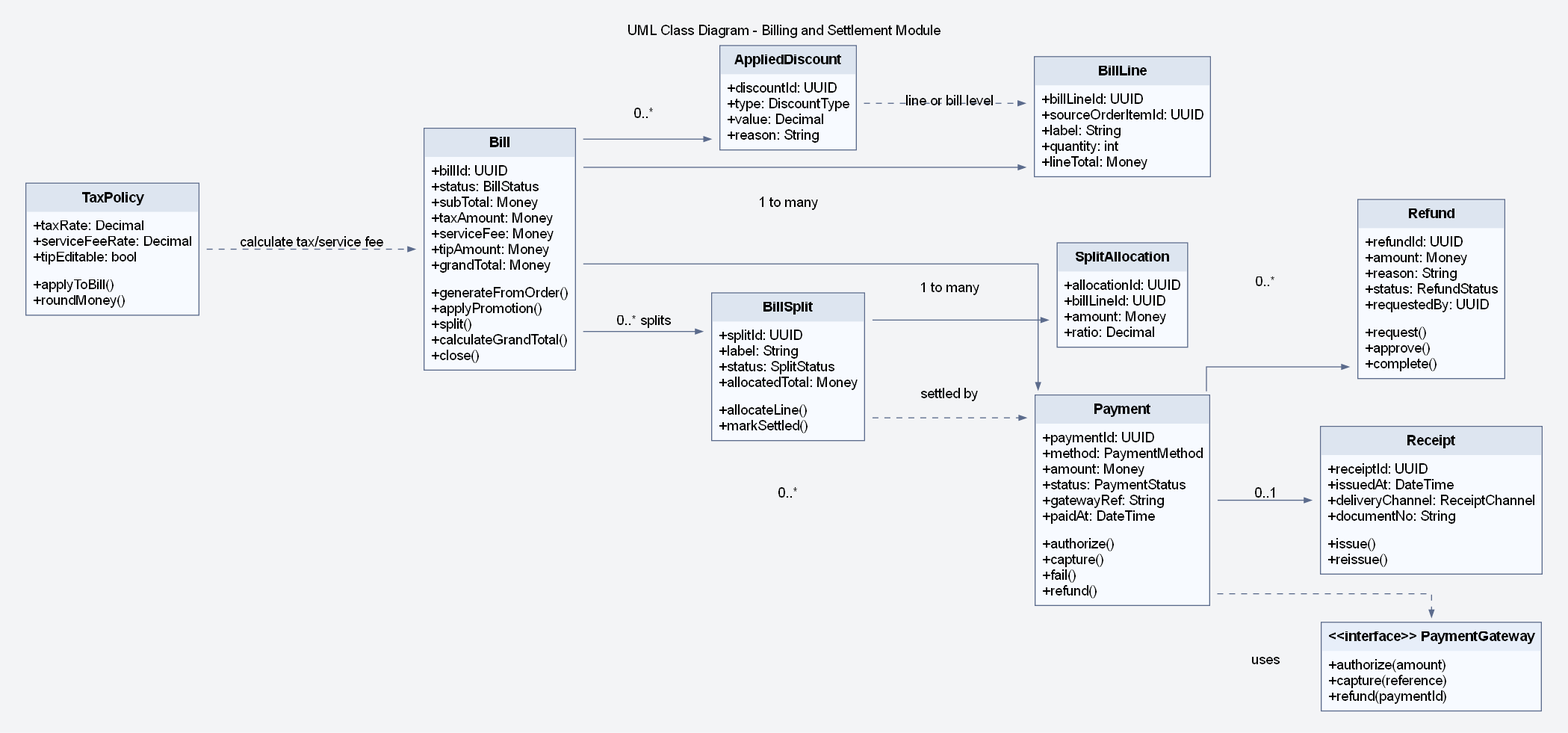
Before: assets/diagrams/rendered/design/29_uml_class_diagram_billing_and_settlement_module.png, a diagram exported from Graphviz (lehoangluan1/SA_IRMS). Its source is kept beside it as assets/diagrams/source/design/29_uml_class_diagram_billing_and_settlement_module.dot. Source of this version:
```dot
digraph G {

graph [bgcolor="#F3F4F6", pad="0.25", nodesep="0.55", ranksep="0.9", splines=ortho, fontname="Helvetica"];
node [fontname="Helvetica", shape=plaintext];
edge [fontname="Helvetica", color="#5B6B8C", penwidth=1.0, arrowsize=0.7];

labelloc="t";
label="UML Class Diagram - Billing and Settlement Module";
rankdir=LR;
Bill [label=<
<TABLE BORDER="1" CELLBORDER="0" CELLSPACING="0" CELLPADDING="6" COLOR="#5B6B8C" BGCOLOR="#F7FAFF">
<TR><TD BGCOLOR="#DDE5F0"><B>Bill</B></TD></TR>
<TR><TD ALIGN="LEFT" BALIGN="LEFT">+billId: UUID<BR ALIGN='LEFT'/>+status: BillStatus<BR ALIGN='LEFT'/>+subTotal: Money<BR ALIGN='LEFT'/>+taxAmount: Money<BR ALIGN='LEFT'/>+serviceFee: Money<BR ALIGN='LEFT'/>+tipAmount: Money<BR ALIGN='LEFT'/>+grandTotal: Money</TD></TR>
<TR><TD ALIGN="LEFT" BALIGN="LEFT">+generateFromOrder()<BR ALIGN='LEFT'/>+applyPromotion()<BR ALIGN='LEFT'/>+split()<BR ALIGN='LEFT'/>+calculateGrandTotal()<BR ALIGN='LEFT'/>+close()</TD></TR>
</TABLE>
>];
BillLine [label=<
<TABLE BORDER="1" CELLBORDER="0" CELLSPACING="0" CELLPADDING="6" COLOR="#5B6B8C" BGCOLOR="#F7FAFF">
<TR><TD BGCOLOR="#DDE5F0"><B>BillLine</B></TD></TR>
<TR><TD ALIGN="LEFT" BALIGN="LEFT">+billLineId: UUID<BR ALIGN='LEFT'/>+sourceOrderItemId: UUID<BR ALIGN='LEFT'/>+label: String<BR ALIGN='LEFT'/>+quantity: int<BR ALIGN='LEFT'/>+lineTotal: Money</TD></TR>

</TABLE>
>];
BillSplit [label=<
<TABLE BORDER="1" CELLBORDER="0" CELLSPACING="0" CELLPADDING="6" COLOR="#5B6B8C" BGCOLOR="#F7FAFF">
<TR><TD BGCOLOR="#DDE5F0"><B>BillSplit</B></TD></TR>
<TR><TD ALIGN="LEFT" BALIGN="LEFT">+splitId: UUID<BR ALIGN='LEFT'/>+label: String<BR ALIGN='LEFT'/>+status: SplitStatus<BR ALIGN='LEFT'/>+allocatedTotal: Money</TD></TR>
<TR><TD ALIGN="LEFT" BALIGN="LEFT">+allocateLine()<BR ALIGN='LEFT'/>+markSettled()</TD></TR>
</TABLE>
>];
SplitAllocation [label=<
<TABLE BORDER="1" CELLBORDER="0" CELLSPACING="0" CELLPADDING="6" COLOR="#5B6B8C" BGCOLOR="#F7FAFF">
<TR><TD BGCOLOR="#DDE5F0"><B>SplitAllocation</B></TD></TR>
<TR><TD ALIGN="LEFT" BALIGN="LEFT">+allocationId: UUID<BR ALIGN='LEFT'/>+billLineId: UUID<BR ALIGN='LEFT'/>+amount: Money<BR ALIGN='LEFT'/>+ratio: Decimal</TD></TR>

</TABLE>
>];
Payment [label=<
<TABLE BORDER="1" CELLBORDER="0" CELLSPACING="0" CELLPADDING="6" COLOR="#5B6B8C" BGCOLOR="#F7FAFF">
<TR><TD BGCOLOR="#DDE5F0"><B>Payment</B></TD></TR>
<TR><TD ALIGN="LEFT" BALIGN="LEFT">+paymentId: UUID<BR ALIGN='LEFT'/>+method: PaymentMethod<BR ALIGN='LEFT'/>+amount: Money<BR ALIGN='LEFT'/>+status: PaymentStatus<BR ALIGN='LEFT'/>+gatewayRef: String<BR ALIGN='LEFT'/>+paidAt: DateTime</TD></TR>
<TR><TD ALIGN="LEFT" BALIGN="LEFT">+authorize()<BR ALIGN='LEFT'/>+capture()<BR ALIGN='LEFT'/>+fail()<BR ALIGN='LEFT'/>+refund()</TD></TR>
</TABLE>
>];
Refund [label=<
<TABLE BORDER="1" CELLBORDER="0" CELLSPACING="0" CELLPADDING="6" COLOR="#5B6B8C" BGCOLOR="#F7FAFF">
<TR><TD BGCOLOR="#DDE5F0"><B>Refund</B></TD></TR>
<TR><TD ALIGN="LEFT" BALIGN="LEFT">+refundId: UUID<BR ALIGN='LEFT'/>+amount: Money<BR ALIGN='LEFT'/>+reason: String<BR ALIGN='LEFT'/>+status: RefundStatus<BR ALIGN='LEFT'/>+requestedBy: UUID</TD></TR>
<TR><TD ALIGN="LEFT" BALIGN="LEFT">+request()<BR ALIGN='LEFT'/>+approve()<BR ALIGN='LEFT'/>+complete()</TD></TR>
</TABLE>
>];
Receipt [label=<
<TABLE BORDER="1" CELLBORDER="0" CELLSPACING="0" CELLPADDING="6" COLOR="#5B6B8C" BGCOLOR="#F7FAFF">
<TR><TD BGCOLOR="#DDE5F0"><B>Receipt</B></TD></TR>
<TR><TD ALIGN="LEFT" BALIGN="LEFT">+receiptId: UUID<BR ALIGN='LEFT'/>+issuedAt: DateTime<BR ALIGN='LEFT'/>+deliveryChannel: ReceiptChannel<BR ALIGN='LEFT'/>+documentNo: String</TD></TR>
<TR><TD ALIGN="LEFT" BALIGN="LEFT">+issue()<BR ALIGN='LEFT'/>+reissue()</TD></TR>
</TABLE>
>];
AppliedDiscount [label=<
<TABLE BORDER="1" CELLBORDER="0" CELLSPACING="0" CELLPADDING="6" COLOR="#5B6B8C" BGCOLOR="#F7FAFF">
<TR><TD BGCOLOR="#DDE5F0"><B>AppliedDiscount</B></TD></TR>
<TR><TD ALIGN="LEFT" BALIGN="LEFT">+discountId: UUID<BR ALIGN='LEFT'/>+type: DiscountType<BR ALIGN='LEFT'/>+value: Decimal<BR ALIGN='LEFT'/>+reason: String</TD></TR>

</TABLE>
>];
TaxPolicy [label=<
<TABLE BORDER="1" CELLBORDER="0" CELLSPACING="0" CELLPADDING="6" COLOR="#5B6B8C" BGCOLOR="#F7FAFF">
<TR><TD BGCOLOR="#DDE5F0"><B>TaxPolicy</B></TD></TR>
<TR><TD ALIGN="LEFT" BALIGN="LEFT">+taxRate: Decimal<BR ALIGN='LEFT'/>+serviceFeeRate: Decimal<BR ALIGN='LEFT'/>+tipEditable: bool</TD></TR>
<TR><TD ALIGN="LEFT" BALIGN="LEFT">+applyToBill()<BR ALIGN='LEFT'/>+roundMoney()</TD></TR>
</TABLE>
>];
PaymentGateway [label=<
<TABLE BORDER="1" CELLBORDER="0" CELLSPACING="0" CELLPADDING="6" COLOR="#5B6B8C" BGCOLOR="#F7FAFF">
<TR><TD BGCOLOR="#E7EEF9"><B>&lt;&lt;interface&gt;&gt; PaymentGateway</B></TD></TR>
<TR><TD ALIGN="LEFT" BALIGN="LEFT">+authorize(amount)<BR ALIGN='LEFT'/>+capture(reference)<BR ALIGN='LEFT'/>+refund(paymentId)</TD></TR>

</TABLE>
>];

Bill -> BillLine [label="1 to many"];
Bill -> BillSplit [label="0..* splits"];
BillSplit -> SplitAllocation [label="1 to many"];
Bill -> AppliedDiscount [label="0..*"];
Bill -> Payment [label="0..*"];
Payment -> Refund [label="0..*"];
Payment -> Receipt [label="0..1"];
TaxPolicy -> Bill [style=dashed, label="calculate tax/service fee"];
AppliedDiscount -> BillLine [style=dashed, label="line or bill level"];
Payment -> PaymentGateway [style=dashed, label="uses"];
BillSplit -> Payment [style=dashed, label="settled by"];
}
```
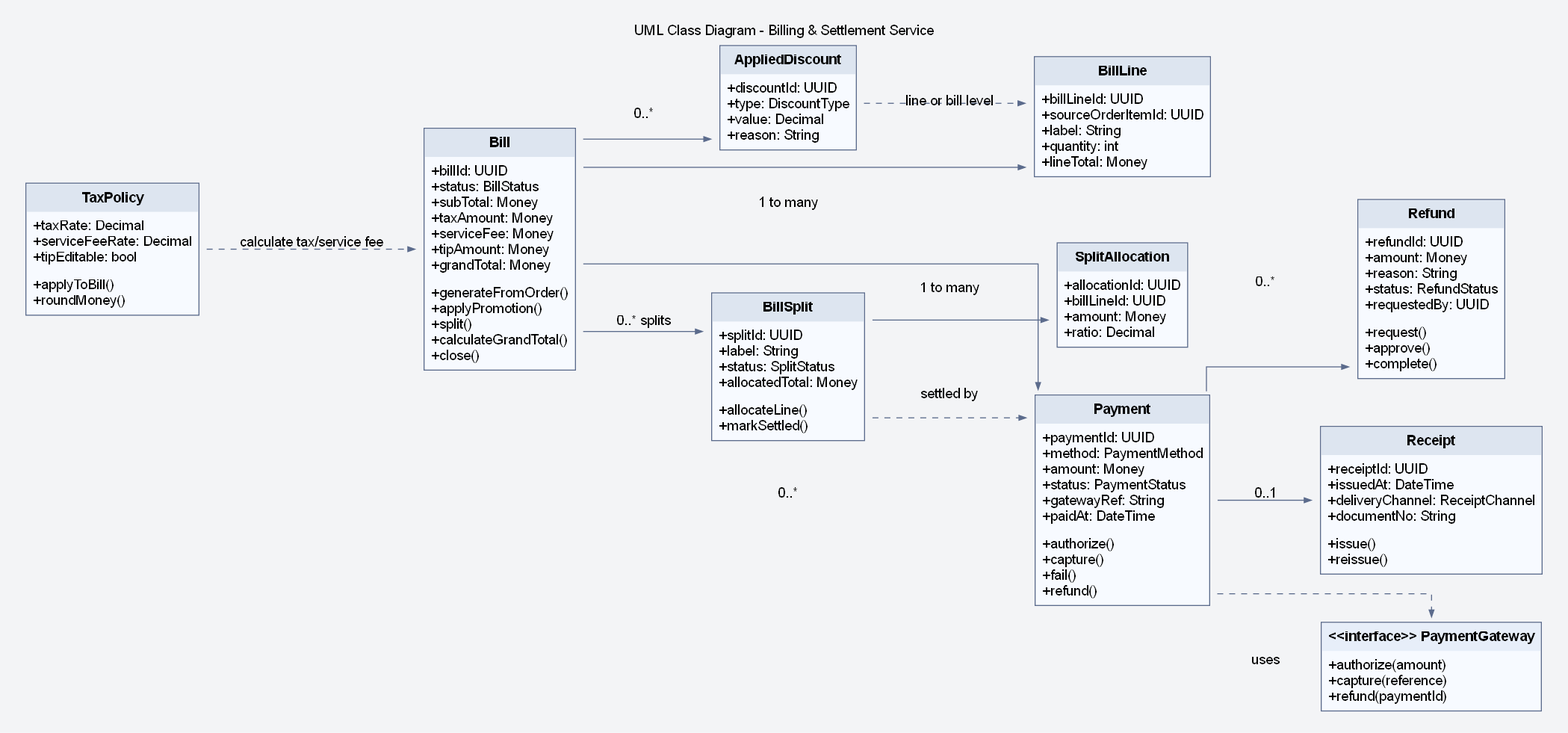
After the commit.

The edit, as a diff of the source:
```diff
@@ -5,7 +5,7 @@
 edge [fontname="Helvetica", color="#5B6B8C", penwidth=1.0, arrowsize=0.7];
 
 labelloc="t";
-label="UML Class Diagram - Billing and Settlement Module";
+label="UML Class Diagram - Billing & Settlement Service";
 rankdir=LR;
 Bill [label=<
 <TABLE BORDER="1" CELLBORDER="0" CELLSPACING="0" CELLPADDING="6" COLOR="#5B6B8C" BGCOLOR="#F7FAFF">
```
